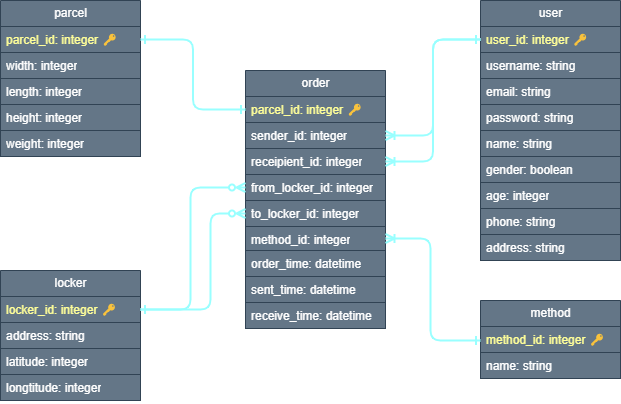
Before: UML.drawio.png, a diagram exported from draw.io (chauanphu/be-parcel-locker). Source tidied: cells renumbered, new cells last; positions are measured from the earlier drawing's top-left corner, leaving out a move shared by most shapes.
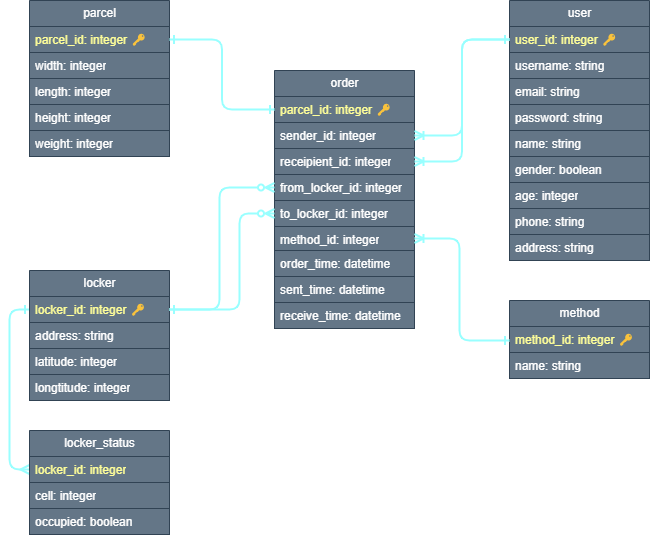
Later version of the same file.

What changed in the source:
```diff
@@ -80,6 +80,13 @@
     <mxCell id="27" value="receive_time: datetime" style="text;strokeColor=#314354;fillColor=#647687;align=left;verticalAlign=top;spacingLeft=4;spacingRight=4;overflow=hidden;whiteSpace=wrap;html=1;fontColor=#ffffff;" parent="18" vertex="1">
       <mxGeometry y="232" width="140" height="26" as="geometry" />
     </mxCell>
+    <mxCell id="42" style="edgeStyle=elbowEdgeStyle;html=1;exitX=0;exitY=0.5;exitDx=0;exitDy=0;entryX=0;entryY=0.5;entryDx=0;entryDy=0;strokeWidth=2;endArrow=ERmany;endFill=0;startArrow=ERone;startFill=0;strokeColor=#99FFFF;" parent="1" edge="1" source="29" target="44">
+      <mxGeometry relative="1" as="geometry">
+        <Array as="points">
+          <mxPoint x="-20" y="303" />
+        </Array>
+      </mxGeometry>
+    </mxCell>
     <mxCell id="28" value="locker" style="swimlane;fontStyle=0;horizontal=1;startSize=26;fillColor=#647687;html=1;fontColor=#ffffff;strokeColor=#314354;" parent="1" vertex="1">
       <mxGeometry y="270" width="140" height="130" as="geometry" />
     </mxCell>
@@ -138,5 +145,17 @@
         </Array>
       </mxGeometry>
     </mxCell>
+    <mxCell id="43" value="locker_status" style="swimlane;fontStyle=0;horizontal=1;startSize=26;fillColor=#647687;html=1;fontColor=#ffffff;strokeColor=#314354;" parent="1" vertex="1">
+      <mxGeometry y="430" width="140" height="104" as="geometry" />
+    </mxCell>
+    <mxCell id="44" value="&lt;font color=&quot;#ffff99&quot;&gt;locker_id: integer&lt;/font&gt;" style="text;strokeColor=#314354;fillColor=#647687;align=left;verticalAlign=top;spacingLeft=4;spacingRight=4;overflow=hidden;points=[[0,0.5],[1,0.5]];portConstraint=eastwest;whiteSpace=wrap;html=1;fontColor=#ffffff;" parent="43" vertex="1">
+      <mxGeometry y="26" width="140" height="26" as="geometry" />
+    </mxCell>
+    <mxCell id="45" value="cell: integer" style="text;strokeColor=#314354;fillColor=#647687;align=left;verticalAlign=top;spacingLeft=4;spacingRight=4;overflow=hidden;whiteSpace=wrap;html=1;fontColor=#ffffff;" parent="43" vertex="1">
+      <mxGeometry y="52" width="140" height="26" as="geometry" />
+    </mxCell>
+    <mxCell id="46" value="occupied: boolean" style="text;strokeColor=#314354;fillColor=#647687;align=left;verticalAlign=top;spacingLeft=4;spacingRight=4;overflow=hidden;whiteSpace=wrap;html=1;fontColor=#ffffff;" parent="43" vertex="1">
+      <mxGeometry y="78" width="140" height="26" as="geometry" />
+    </mxCell>
   </root>
 </mxGraphModel>
```
